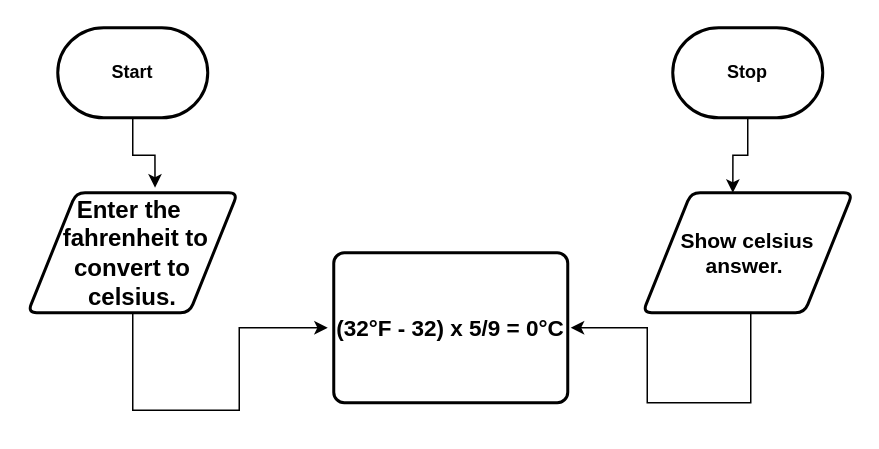
Earlier version of the draw.io diagram design/flowchart.drawio (MTHS-ICD2O-1-2024/ICD2O-Unit-3-04-Kyle-Mathew-Magnaye8). Source tidied: cells renumbered, new cells numbered last; positions are measured from the earlier drawing's top-left corner, leaving out a move shared by most shapes. Both pictures are drawn from the tidied source at 150%, with x=0, y=0 at pixel (27, 27).
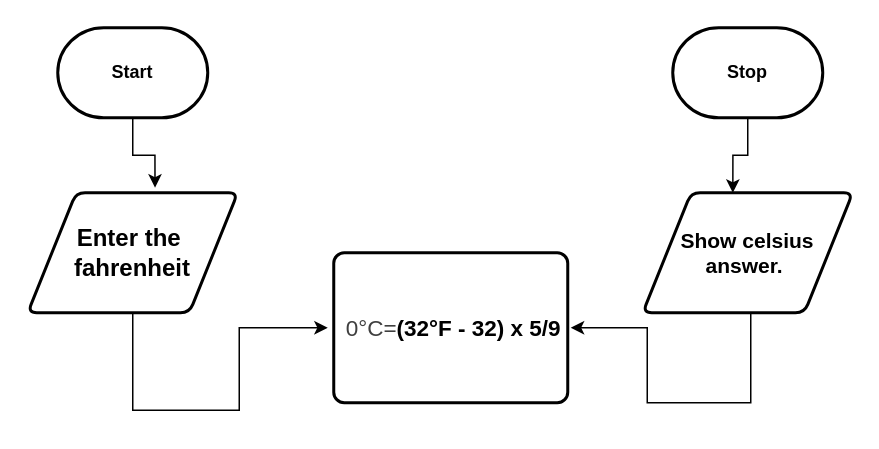
The same diagram, later.

Diff of the diagram source:
```diff
@@
 <mxGraphModel>
   <root>
     <mxCell id="0" />
     <mxCell id="1" parent="0" />
     <mxCell id="2" style="edgeStyle=orthogonalEdgeStyle;html=1;entryX=0.606;entryY=-0.042;entryDx=0;entryDy=0;rounded=0;entryPerimeter=0;" parent="1" edge="1" source="3" target="5">
       <mxGeometry relative="1" as="geometry" />
     </mxCell>
     <mxCell id="3" value="&lt;h4&gt;Start&lt;/h4&gt;" style="strokeWidth=2;html=1;shape=mxgraph.flowchart.terminator;whiteSpace=wrap;" parent="1" vertex="1">
       <mxGeometry x="20" width="100" height="60" as="geometry" />
     </mxCell>
     <mxCell id="4" style="edgeStyle=orthogonalEdgeStyle;html=1;rounded=0;" parent="1" edge="1" source="5">
       <mxGeometry relative="1" as="geometry">
         <mxPoint x="200" y="200" as="targetPoint" />
         <Array as="points">
           <mxPoint x="70" y="255" />
           <mxPoint x="141" y="255" />
         </Array>
       </mxGeometry>
     </mxCell>
-    <mxCell id="5" value="&lt;h4&gt;&lt;font style=&quot;font-size: 16px;&quot;&gt;Enter the&amp;nbsp; &amp;nbsp;fahrenheit to convert to celsius.&lt;/font&gt;&lt;/h4&gt;" style="shape=parallelogram;html=1;strokeWidth=2;perimeter=parallelogramPerimeter;whiteSpace=wrap;rounded=1;arcSize=12;size=0.23;" parent="1" vertex="1">
+    <mxCell id="5" value="&lt;h4&gt;&lt;font style=&quot;font-size: 16px;&quot;&gt;Enter the&amp;nbsp; &amp;nbsp;fahrenheit&amp;nbsp;&lt;/font&gt;&lt;/h4&gt;" style="shape=parallelogram;html=1;strokeWidth=2;perimeter=parallelogramPerimeter;whiteSpace=wrap;rounded=1;arcSize=12;size=0.23;" parent="1" vertex="1">
       <mxGeometry y="110" width="140" height="80" as="geometry" />
     </mxCell>
-    <mxCell id="6" value="&lt;h4 style=&quot;text-wrap-mode: nowrap;&quot;&gt;&lt;font style=&quot;font-size: 15px;&quot;&gt;(32°F -&amp;nbsp;32) x&amp;nbsp;5/9&amp;nbsp;=&amp;nbsp;0°C&lt;/font&gt;&lt;/h4&gt;" style="rounded=1;whiteSpace=wrap;html=1;absoluteArcSize=1;arcSize=14;strokeWidth=2;" parent="1" vertex="1">
+    <mxCell id="6" value="&lt;h4 style=&quot;text-wrap-mode: nowrap;&quot;&gt;&lt;font style=&quot;font-size: 15px;&quot;&gt;&lt;span style=&quot;color: rgb(63, 63, 63); background-color: transparent; font-weight: normal;&quot;&gt;&amp;nbsp;0°C=&lt;/span&gt;(32°F -&amp;nbsp;32) x&amp;nbsp;5/9&lt;/font&gt;&lt;/h4&gt;" style="rounded=1;whiteSpace=wrap;html=1;absoluteArcSize=1;arcSize=14;strokeWidth=2;" parent="1" vertex="1">
       <mxGeometry x="204" y="150" width="156" height="100" as="geometry" />
     </mxCell>
     <mxCell id="7" style="edgeStyle=orthogonalEdgeStyle;html=1;rounded=0;entryX=1;entryY=0.5;entryDx=0;entryDy=0;" parent="1" edge="1">
       <mxGeometry relative="1" as="geometry">
         <mxPoint x="482" y="190" as="sourcePoint" />
         <mxPoint x="362" y="200" as="targetPoint" />
         <Array as="points">
           <mxPoint x="482" y="250" />
           <mxPoint x="413" y="250" />
           <mxPoint x="413" y="200" />
         </Array>
       </mxGeometry>
     </mxCell>
     <mxCell id="8" value="&lt;h4&gt;&lt;font style=&quot;font-size: 14px;&quot;&gt;Show celsius answer.&amp;nbsp;&lt;/font&gt;&lt;/h4&gt;" style="shape=parallelogram;html=1;strokeWidth=2;perimeter=parallelogramPerimeter;whiteSpace=wrap;rounded=1;arcSize=12;size=0.23;" parent="1" vertex="1">
       <mxGeometry x="410" y="110" width="140" height="80" as="geometry" />
     </mxCell>
     <mxCell id="9" value="&lt;h4&gt;Stop&lt;/h4&gt;" style="strokeWidth=2;html=1;shape=mxgraph.flowchart.terminator;whiteSpace=wrap;" parent="1" vertex="1">
       <mxGeometry x="430" width="100" height="60" as="geometry" />
     </mxCell>
     <mxCell id="10" style="edgeStyle=orthogonalEdgeStyle;html=1;entryX=0.429;entryY=0;entryDx=0;entryDy=0;entryPerimeter=0;rounded=0;" parent="1" edge="1" source="9" target="8">
       <mxGeometry relative="1" as="geometry" />
     </mxCell>
   </root>
 </mxGraphModel>
```
